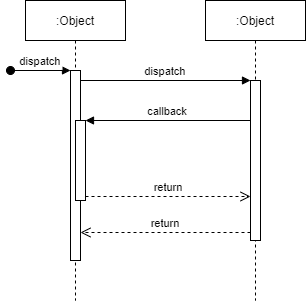
This is シーケンス図2.drawio.png from buyodo/webgis-dev-doc, a draw.io export, as it was before one commit. Source tidied: cells renumbered, new cells last; positions are measured from the earlier drawing's top-left corner, leaving out a move shared by most shapes.
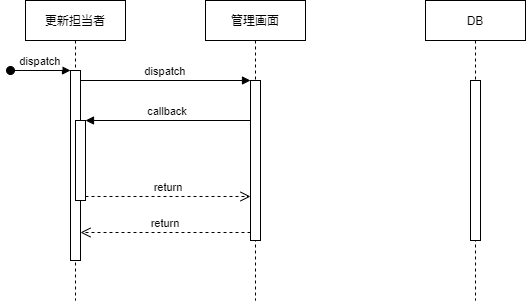
Later version of the same file.

Commit message:
シーケンス図2.drawio.png を更新します

Diff of the diagram source:
```diff
@@ -2,7 +2,7 @@
   <root>
     <mxCell id="0" />
     <mxCell id="1" parent="0" />
-    <mxCell id="2" value=":Object" style="shape=umlLifeline;perimeter=lifelinePerimeter;rounded=0;shadow=0;strokeWidth=1;" parent="1" vertex="1">
+    <mxCell id="2" value="更新担当者" style="shape=umlLifeline;perimeter=lifelinePerimeter;rounded=0;shadow=0;strokeWidth=1;" parent="1" vertex="1">
       <mxGeometry x="15" width="100" height="300" as="geometry" />
     </mxCell>
     <mxCell id="3" style="points=[];perimeter=orthogonalPerimeter;rounded=0;shadow=0;strokeWidth=1;" parent="2" vertex="1">
@@ -16,7 +16,7 @@
     <mxCell id="5" style="points=[];perimeter=orthogonalPerimeter;rounded=0;shadow=0;strokeWidth=1;" parent="2" vertex="1">
       <mxGeometry x="50" y="120" width="10" height="80" as="geometry" />
     </mxCell>
-    <mxCell id="6" value=":Object" style="shape=umlLifeline;perimeter=lifelinePerimeter;rounded=0;shadow=0;strokeWidth=1;" parent="1" vertex="1">
+    <mxCell id="6" value="管理画面" style="shape=umlLifeline;perimeter=lifelinePerimeter;rounded=0;shadow=0;strokeWidth=1;" parent="1" vertex="1">
       <mxGeometry x="195" width="100" height="300" as="geometry" />
     </mxCell>
     <mxCell id="7" style="points=[];perimeter=orthogonalPerimeter;rounded=0;shadow=0;strokeWidth=1;" parent="6" vertex="1">
@@ -34,5 +34,11 @@
     <mxCell id="11" value="return" style="verticalAlign=bottom;endArrow=open;dashed=1;endSize=8;exitX=1;exitY=0.95;shadow=0;strokeWidth=1;" parent="1" edge="1" source="5" target="7">
       <mxGeometry relative="1" as="geometry" />
     </mxCell>
+    <mxCell id="12" value="DB" style="shape=umlLifeline;perimeter=lifelinePerimeter;rounded=0;shadow=0;strokeWidth=1;" parent="1" vertex="1">
+      <mxGeometry x="415" width="100" height="300" as="geometry" />
+    </mxCell>
+    <mxCell id="13" style="perimeter=orthogonalPerimeter;rounded=0;shadow=0;strokeWidth=1;" parent="12" vertex="1">
+      <mxGeometry x="45" y="80" width="10" height="160" as="geometry" />
+    </mxCell>
   </root>
 </mxGraphModel>
```
